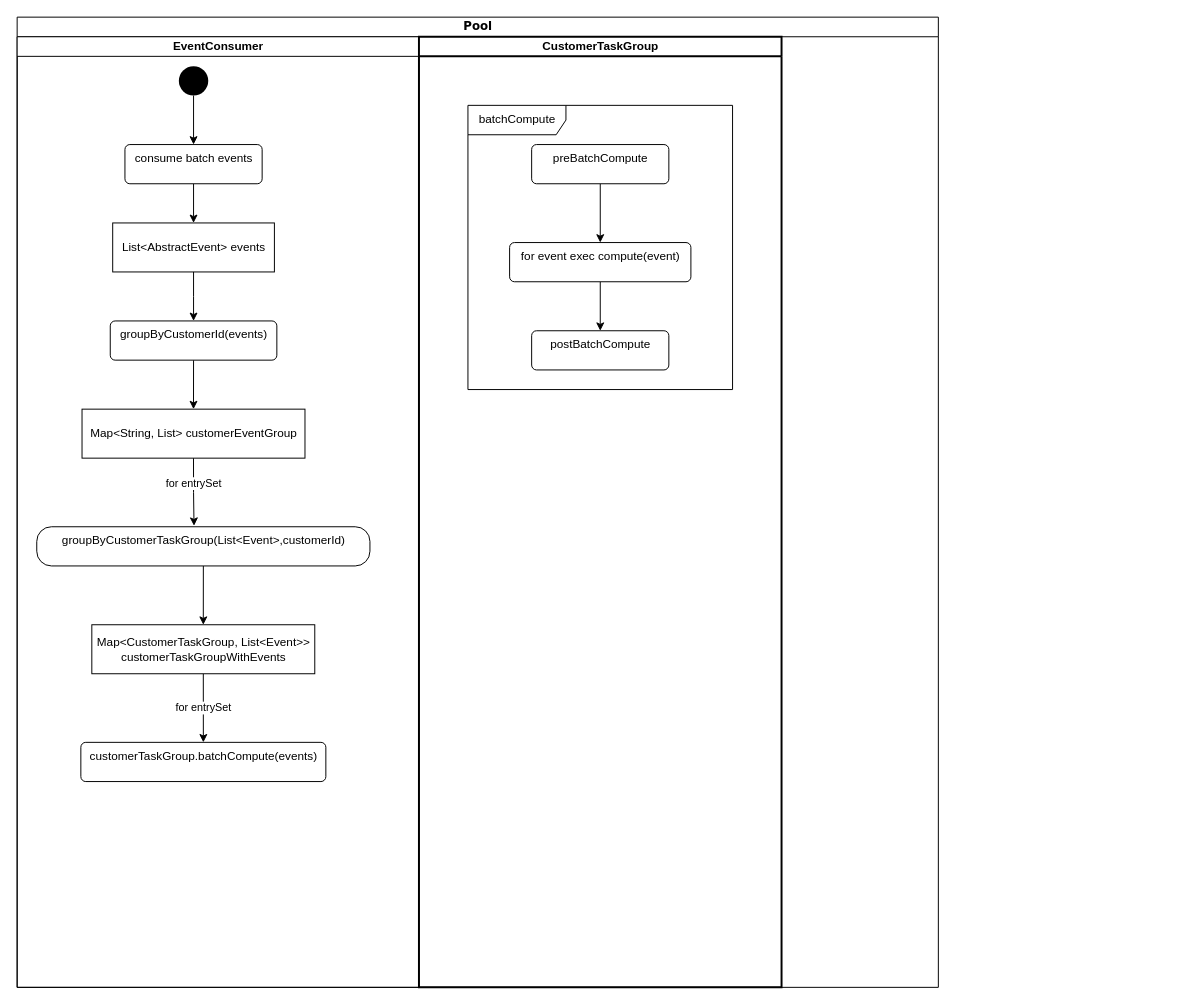
This is Untitled Diagram.drawio from Cardiolith/task_demo, a draw.io file, before an edit. Source tidied: cells renumbered, new cells numbered last; positions are measured from the earlier drawing's top-left corner, leaving out a move shared by most shapes. Both pictures are drawn from the tidied source at 98%, with x=0, y=0 at pixel (17, 17).
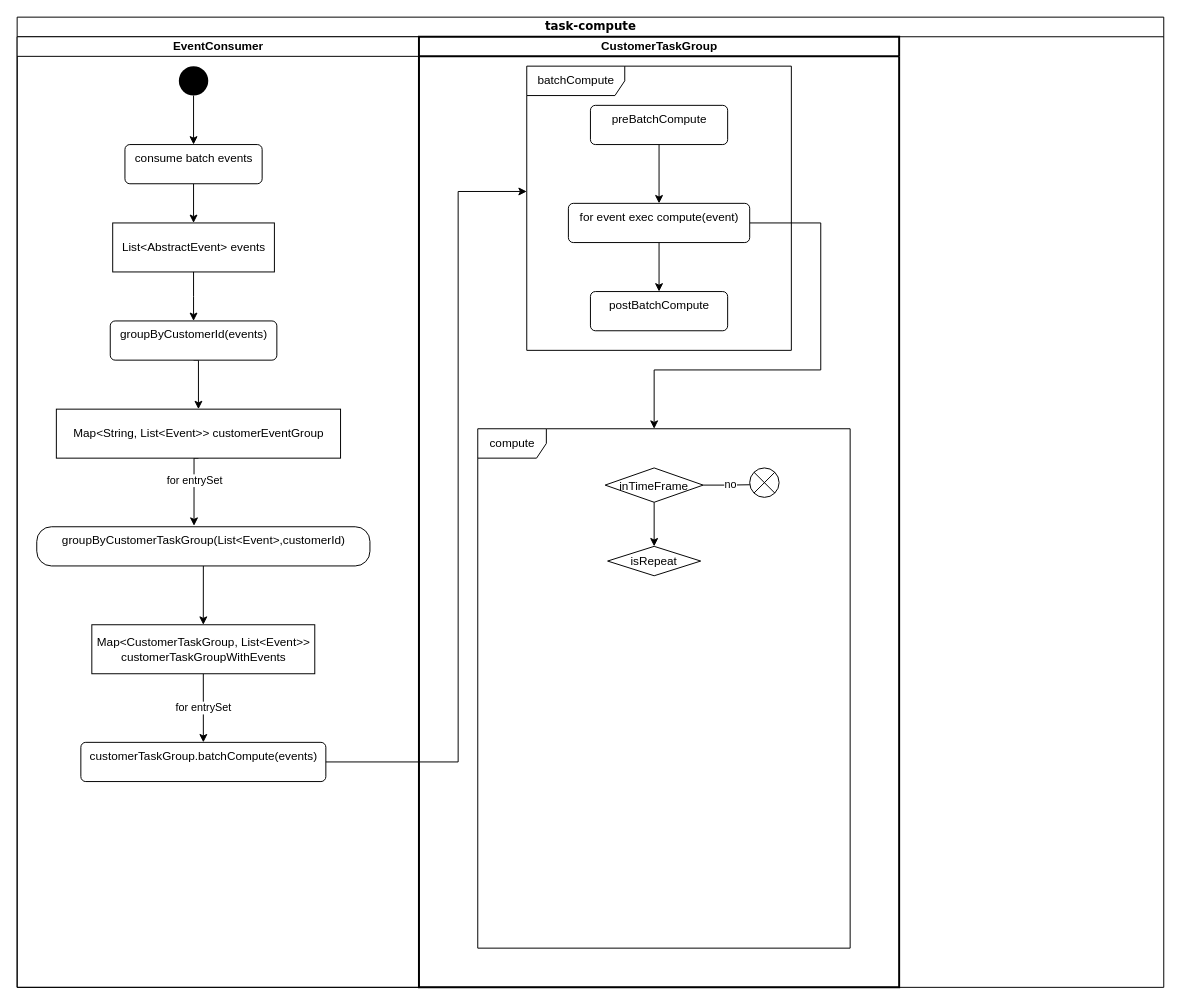
After the change.

The change refers to these unchanged cells:
```xml
<mxCell id="3" value="EventConsumer" style="swimlane;html=1;startSize=20;" parent="2" vertex="1">
  <mxGeometry y="20" width="410" height="970" as="geometry" />
</mxCell>
<mxCell id="10" value="groupByCustomerId(events)" style="html=1;align=center;verticalAlign=top;rounded=1;absoluteArcSize=1;arcSize=10;dashed=0;" parent="3" vertex="1">
  <mxGeometry x="95" y="290" width="170" height="40" as="geometry" />
</mxCell>
<mxCell id="16" value="groupByCustomerTaskGroup(List&amp;lt;Event&amp;gt;,customerId)" style="html=1;align=center;verticalAlign=top;rounded=1;absoluteArcSize=1;arcSize=30;dashed=0;" parent="3" vertex="1">
  <mxGeometry x="20" y="500" width="340" height="40" as="geometry" />
</mxCell>
<mxCell id="19" value="customerTaskGroup.batchCompute(events)" style="html=1;align=center;verticalAlign=top;rounded=1;absoluteArcSize=1;arcSize=10;dashed=0;" parent="3" vertex="1">
  <mxGeometry x="65" y="720" width="250" height="40" as="geometry" />
</mxCell>
```

Change to the diagram source:
```diff
@@
-    <mxCell id="2" value="Pool" style="swimlane;html=1;startSize=20;rounded=0;shadow=0;comic=0;labelBackgroundColor=none;strokeWidth=1;fontFamily=Verdana;fontSize=12;align=center;" parent="1" vertex="1">
-      <mxGeometry width="940" height="990" as="geometry" />
+    <mxCell id="2" value="task-compute" style="swimlane;html=1;startSize=20;rounded=0;shadow=0;comic=0;labelBackgroundColor=none;strokeWidth=1;fontFamily=Verdana;fontSize=12;align=center;" parent="1" vertex="1">
+      <mxGeometry width="1170" height="990" as="geometry" />
     </mxCell>
@@
     <mxCell id="9" style="edgeStyle=orthogonalEdgeStyle;rounded=0;jettySize=auto;html=1;exitX=0.5;exitY=1;exitDx=0;exitDy=0;entryX=0.5;entryY=0;entryDx=0;entryDy=0;" parent="3" edge="1" source="10" target="14">
-      <mxGeometry relative="1" as="geometry" />
+      <mxGeometry relative="1" as="geometry">
+        <Array as="points">
+          <mxPoint x="185" y="330" />
+        </Array>
+      </mxGeometry>
     </mxCell>
@@
     <mxCell id="12" style="edgeStyle=orthogonalEdgeStyle;rounded=0;jettySize=auto;html=1;exitX=0.5;exitY=1;exitDx=0;exitDy=0;entryX=0.472;entryY=-0.025;entryDx=0;entryDy=0;entryPerimeter=0;" parent="3" edge="1" source="14" target="16">
-      <mxGeometry relative="1" as="geometry" />
+      <mxGeometry relative="1" as="geometry">
+        <Array as="points">
+          <mxPoint x="180" y="430" />
+        </Array>
+      </mxGeometry>
     </mxCell>
@@
-    <mxCell id="14" value="Map&amp;lt;String, List&amp;gt; customerEventGroup" style="html=1;" parent="3" vertex="1">
-      <mxGeometry x="66.2" y="380" width="227.5" height="50" as="geometry" />
+    <mxCell id="14" value="Map&amp;lt;String, List&amp;lt;Event&amp;gt;&amp;gt; customerEventGroup" style="html=1;" parent="3" vertex="1">
+      <mxGeometry x="40" y="380" width="290" height="50" as="geometry" />
     </mxCell>
@@
     <mxCell id="20" value="CustomerTaskGroup" style="swimlane;html=1;startSize=20;fontStyle=1;horizontal=1;swimlaneLine=1;strokeWidth=2;swimlaneFillColor=none;" parent="2" vertex="1">
-      <mxGeometry x="410" y="20" width="370" height="970" as="geometry" />
+      <mxGeometry x="410" y="20" width="490" height="970" as="geometry" />
     </mxCell>
     <mxCell id="21" value="batchCompute" style="shape=umlFrame;tabPosition=left;html=1;boundedLbl=1;labelInHeader=1;width=100;height=30;" parent="20" vertex="1">
-      <mxGeometry x="50" y="70" width="270" height="290" as="geometry" />
+      <mxGeometry x="110" y="30" width="270" height="290" as="geometry" />
     </mxCell>
@@
     <mxCell id="23" value="preBatchCompute" style="html=1;align=center;verticalAlign=top;rounded=1;absoluteArcSize=1;arcSize=10;dashed=0;" parent="20" vertex="1">
-      <mxGeometry x="115" y="110" width="140" height="40" as="geometry" />
+      <mxGeometry x="175" y="70" width="140" height="40" as="geometry" />
     </mxCell>
     <mxCell id="24" value="postBatchCompute" style="html=1;align=center;verticalAlign=top;rounded=1;absoluteArcSize=1;arcSize=10;dashed=0;" parent="20" vertex="1">
-      <mxGeometry x="115" y="300" width="140" height="40" as="geometry" />
+      <mxGeometry x="175" y="260" width="140" height="40" as="geometry" />
     </mxCell>
@@
+    <mxCell id="27" style="edgeStyle=orthogonalEdgeStyle;rounded=0;jettySize=auto;html=1;exitX=1;exitY=0.5;exitDx=0;exitDy=0;" parent="20" edge="1" source="26" target="28">
+      <mxGeometry relative="1" as="geometry">
+        <Array as="points">
+          <mxPoint x="410" y="190" />
+          <mxPoint x="410" y="340" />
+          <mxPoint x="240" y="340" />
+        </Array>
+      </mxGeometry>
+    </mxCell>
     <mxCell id="26" value="for event exec compute(event)&lt;br&gt;" style="html=1;align=center;verticalAlign=top;rounded=1;absoluteArcSize=1;arcSize=10;dashed=0;" parent="20" vertex="1">
-      <mxGeometry x="92.5" y="210" width="185" height="40" as="geometry" />
+      <mxGeometry x="152.5" y="170" width="185" height="40" as="geometry" />
     </mxCell>
+    <mxCell id="28" value="compute" style="shape=umlFrame;tabPosition=left;html=1;boundedLbl=1;labelInHeader=1;width=70;height=30;" parent="20" vertex="1">
+      <mxGeometry x="60" y="400" width="380" height="530" as="geometry" />
+    </mxCell>
+    <mxCell id="29" value="no" style="edgeStyle=orthogonalEdgeStyle;rounded=0;jettySize=auto;html=1;exitX=1;exitY=0.5;exitDx=0;exitDy=0;entryX=0.333;entryY=0.567;entryDx=0;entryDy=0;entryPerimeter=0;" parent="20" edge="1" source="31" target="32">
+      <mxGeometry relative="1" as="geometry" />
+    </mxCell>
+    <mxCell id="30" style="edgeStyle=orthogonalEdgeStyle;rounded=0;jettySize=auto;html=1;exitX=0.5;exitY=1;exitDx=0;exitDy=0;entryX=0.5;entryY=0;entryDx=0;entryDy=0;" parent="20" edge="1" source="31" target="33">
+      <mxGeometry relative="1" as="geometry" />
+    </mxCell>
+    <mxCell id="31" value="inTimeFrame" style="rhombus;" parent="20" vertex="1">
+      <mxGeometry x="190" y="440" width="100" height="35" as="geometry" />
+    </mxCell>
+    <mxCell id="32" style="shape=sumEllipse;perimeter=ellipsePerimeter;whiteSpace=wrap;html=1;backgroundOutline=1;" parent="20" vertex="1">
+      <mxGeometry x="337.5" y="440" width="30" height="30" as="geometry" />
+    </mxCell>
+    <mxCell id="33" value="isRepeat" style="rhombus;" parent="20" vertex="1">
+      <mxGeometry x="192.5" y="520" width="95" height="30" as="geometry" />
+    </mxCell>
+    <mxCell id="34" style="edgeStyle=orthogonalEdgeStyle;rounded=0;jettySize=auto;html=1;exitX=1;exitY=0.5;exitDx=0;exitDy=0;entryX=0;entryY=0.441;entryDx=0;entryDy=0;entryPerimeter=0;" parent="2" edge="1" source="19" target="21">
+      <mxGeometry relative="1" as="geometry">
+        <Array as="points">
+          <mxPoint x="450" y="760" />
+          <mxPoint x="450" y="178" />
+        </Array>
+      </mxGeometry>
+    </mxCell>
```
